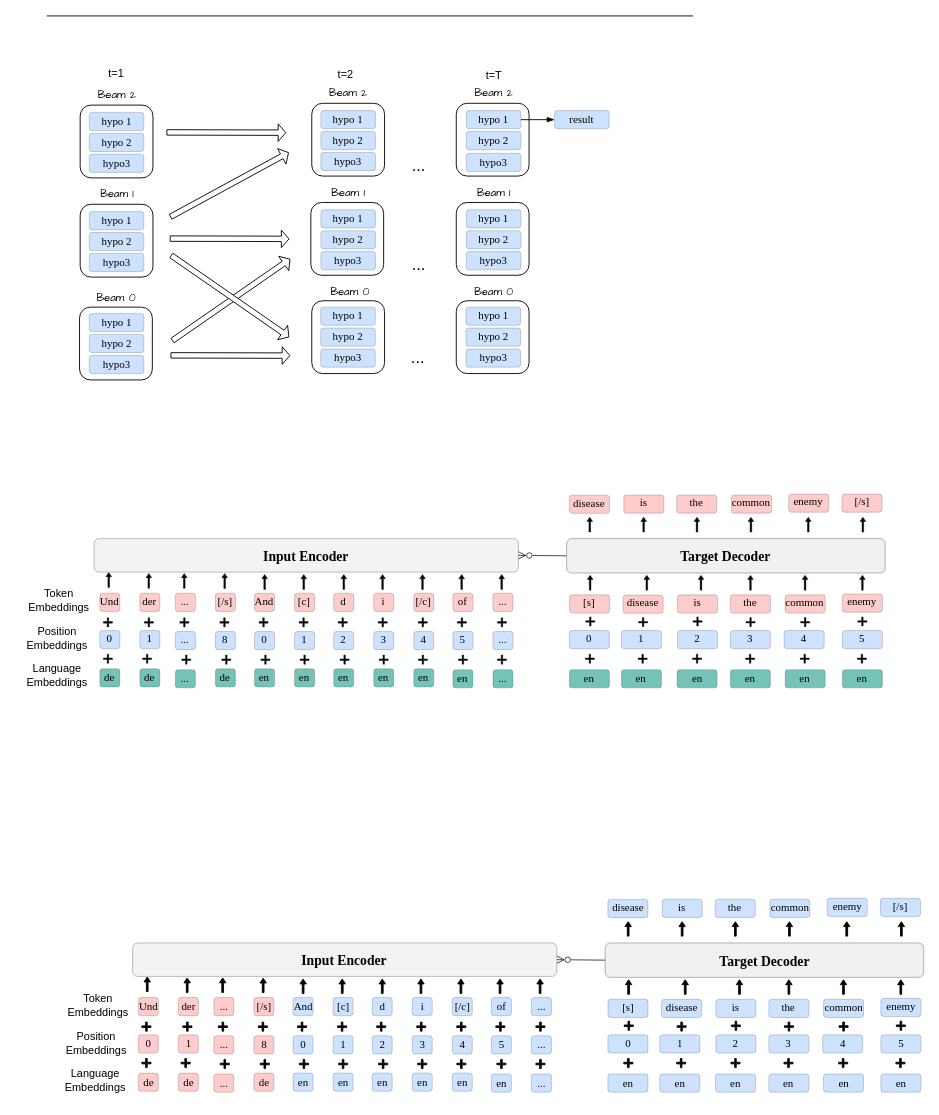
Earlier version of the draw.io diagram hard_constrained.drawio (yc1999/electra_pytorch). Source tidied: cells renumbered, new cells numbered last; positions are measured from the earlier drawing's top-left corner, leaving out a move shared by most shapes. Both pictures are drawn from the tidied source at 91%, with x=0, y=0 at pixel (15, 15).
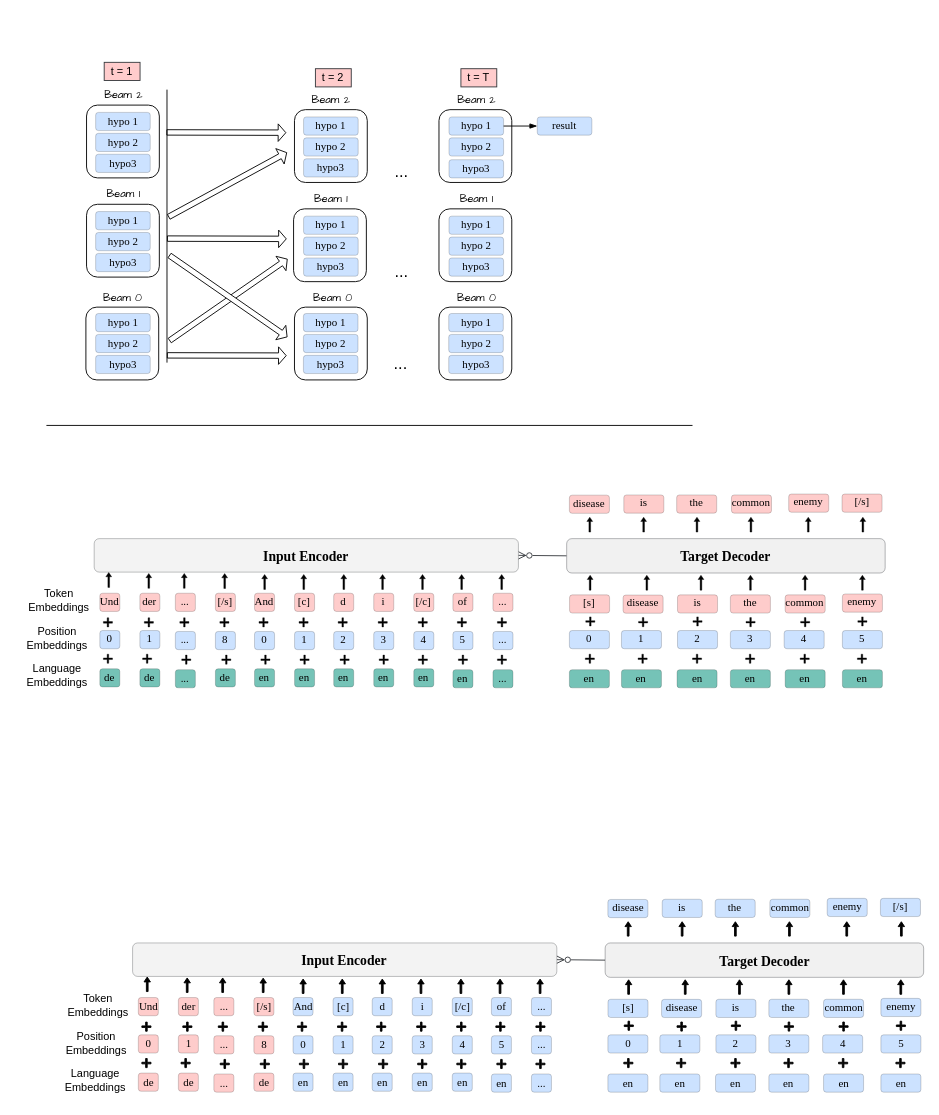
Above is the later version.

Diff of the diagram source:
```diff
@@
     <mxCell id="2" style="rounded=1;whiteSpace=wrap;html=1;" parent="1" vertex="1">
-      <mxGeometry x="69.9" y="320" width="80" height="80" as="geometry" />
+      <mxGeometry x="76.9" y="320" width="80" height="80" as="geometry" />
     </mxCell>
     <mxCell id="3" style="rounded=1;whiteSpace=wrap;html=1;" parent="1" vertex="1">
-      <mxGeometry x="70.6" y="207" width="80" height="80" as="geometry" />
+      <mxGeometry x="77.6" y="207" width="80" height="80" as="geometry" />
     </mxCell>
@@
     <mxCell id="244" value="&lt;span style=&quot;font-size: 12px;&quot;&gt;hypo 1&lt;/span&gt;" style="rounded=1;whiteSpace=wrap;html=1;fontFamily=Times New Roman;fontSize=2;strokeColor=#000000;rotation=0;fillColor=#CCE2FF;strokeWidth=0.2;" parent="1" vertex="1">
-      <mxGeometry x="80.6" y="215" width="60" height="20" as="geometry" />
+      <mxGeometry x="87.6" y="215" width="60" height="20" as="geometry" />
     </mxCell>
     <mxCell id="245" value="&lt;span style=&quot;font-size: 12px;&quot;&gt;hypo 2&lt;/span&gt;" style="rounded=1;whiteSpace=wrap;html=1;fontFamily=Times New Roman;fontSize=2;strokeColor=#000000;rotation=0;fillColor=#CCE2FF;strokeWidth=0.2;" parent="1" vertex="1">
-      <mxGeometry x="80.6" y="238" width="60" height="20" as="geometry" />
+      <mxGeometry x="87.6" y="238" width="60" height="20" as="geometry" />
     </mxCell>
     <mxCell id="246" value="&lt;span style=&quot;font-size: 12px;&quot;&gt;hypo3&lt;/span&gt;" style="rounded=1;whiteSpace=wrap;html=1;fontFamily=Times New Roman;fontSize=2;strokeColor=#000000;rotation=0;fillColor=#CCE2FF;strokeWidth=0.2;" parent="1" vertex="1">
-      <mxGeometry x="80.6" y="261" width="60" height="20" as="geometry" />
+      <mxGeometry x="87.6" y="261" width="60" height="20" as="geometry" />
     </mxCell>
     <mxCell id="247" value="&lt;span style=&quot;font-size: 12px;&quot;&gt;hypo 1&lt;/span&gt;" style="rounded=1;whiteSpace=wrap;html=1;fontFamily=Times New Roman;fontSize=2;strokeColor=#000000;rotation=0;fillColor=#CCE2FF;strokeWidth=0.2;" parent="1" vertex="1">
-      <mxGeometry x="80.6" y="327" width="60" height="20" as="geometry" />
+      <mxGeometry x="87.6" y="327" width="60" height="20" as="geometry" />
     </mxCell>
     <mxCell id="248" value="&lt;span style=&quot;font-size: 12px;&quot;&gt;hypo 2&lt;/span&gt;" style="rounded=1;whiteSpace=wrap;html=1;fontFamily=Times New Roman;fontSize=2;strokeColor=#000000;rotation=0;fillColor=#CCE2FF;strokeWidth=0.2;" parent="1" vertex="1">
-      <mxGeometry x="80.6" y="350" width="60" height="20" as="geometry" />
+      <mxGeometry x="87.6" y="350" width="60" height="20" as="geometry" />
     </mxCell>
     <mxCell id="249" value="&lt;span style=&quot;font-size: 12px;&quot;&gt;hypo3&lt;/span&gt;" style="rounded=1;whiteSpace=wrap;html=1;fontFamily=Times New Roman;fontSize=2;strokeColor=#000000;rotation=0;fillColor=#CCE2FF;strokeWidth=0.2;" parent="1" vertex="1">
-      <mxGeometry x="80.6" y="373" width="60" height="20" as="geometry" />
+      <mxGeometry x="87.6" y="373" width="60" height="20" as="geometry" />
     </mxCell>
     <mxCell id="250" value="Beam 0" style="text;html=1;align=center;verticalAlign=middle;strokeColor=none;fillColor=none;fontFamily=Comic Sans MS;sketch=1;curveFitting=1;jiggle=2;" parent="1" vertex="1">
-      <mxGeometry x="79.6" y="296" width="60" height="30" as="geometry" />
+      <mxGeometry x="86.6" y="296" width="60" height="30" as="geometry" />
     </mxCell>
     <mxCell id="251" value="Beam 1" style="text;html=1;align=center;verticalAlign=middle;strokeColor=none;fillColor=none;labelBackgroundColor=none;labelBorderColor=none;fontFamily=Comic Sans MS;" parent="1" vertex="1">
-      <mxGeometry x="80.6" y="182" width="60" height="30" as="geometry" />
+      <mxGeometry x="87.6" y="182" width="60" height="30" as="geometry" />
     </mxCell>
     <mxCell id="252" style="shape=flexArrow;endArrow=classic;html=1;rounded=0;width=5.964912280701754;endSize=2.4736842105263155;endWidth=12.29301323484149;" parent="1" edge="1">
       <mxGeometry relative="1" as="geometry">
-        <mxPoint x="169" y="244.7" as="sourcePoint" />
-        <mxPoint x="300.6" y="245" as="targetPoint" />
+        <mxPoint x="166" y="244.7" as="sourcePoint" />
+        <mxPoint x="297.6" y="245" as="targetPoint" />
       </mxGeometry>
     </mxCell>
     <mxCell id="253" style="shape=flexArrow;endArrow=classic;html=1;rounded=0;width=5.964912280701754;endSize=2.4736842105263155;endWidth=12.29301323484149;" parent="1" edge="1">
       <mxGeometry relative="1" as="geometry">
-        <mxPoint x="171.6" y="357" as="sourcePoint" />
-        <mxPoint x="301.6" y="267" as="targetPoint" />
+        <mxPoint x="168.6" y="357" as="sourcePoint" />
+        <mxPoint x="298.6" y="267" as="targetPoint" />
       </mxGeometry>
     </mxCell>
     <mxCell id="254" style="shape=flexArrow;endArrow=classic;html=1;rounded=0;width=5.964912280701754;endSize=2.4736842105263155;endWidth=12.29301323484149;fillColor=#FFFFFF;" parent="1" edge="1">
       <mxGeometry relative="1" as="geometry">
-        <mxPoint x="170.4" y="263" as="sourcePoint" />
-        <mxPoint x="300.4" y="353" as="targetPoint" />
+        <mxPoint x="168.4" y="263" as="sourcePoint" />
+        <mxPoint x="298.4" y="353" as="targetPoint" />
       </mxGeometry>
     </mxCell>
     <mxCell id="255" style="shape=flexArrow;endArrow=classic;html=1;rounded=0;width=5.964912280701754;endSize=2.4736842105263155;endWidth=12.29301323484149;" parent="1" edge="1">
       <mxGeometry relative="1" as="geometry">
-        <mxPoint x="169.9" y="373" as="sourcePoint" />
-        <mxPoint x="301.5" y="373.3" as="targetPoint" />
+        <mxPoint x="165.9" y="373" as="sourcePoint" />
+        <mxPoint x="297.5" y="373.3" as="targetPoint" />
       </mxGeometry>
     </mxCell>
     <mxCell id="256" style="rounded=1;whiteSpace=wrap;html=1;" parent="1" vertex="1">
-      <mxGeometry x="324.1" y="205" width="80" height="80" as="geometry" />
+      <mxGeometry x="305.1" y="212" width="80" height="80" as="geometry" />
     </mxCell>
     <mxCell id="257" value="&lt;span style=&quot;font-size: 12px;&quot;&gt;hypo 1&lt;/span&gt;" style="rounded=1;whiteSpace=wrap;html=1;fontFamily=Times New Roman;fontSize=2;strokeColor=#000000;rotation=0;fillColor=#CCE2FF;strokeWidth=0.2;" parent="1" vertex="1">
-      <mxGeometry x="335.1" y="213" width="60" height="20" as="geometry" />
+      <mxGeometry x="316.1" y="220" width="60" height="20" as="geometry" />
     </mxCell>
     <mxCell id="258" value="&lt;span style=&quot;font-size: 12px;&quot;&gt;hypo 2&lt;/span&gt;" style="rounded=1;whiteSpace=wrap;html=1;fontFamily=Times New Roman;fontSize=2;strokeColor=#000000;rotation=0;fillColor=#CCE2FF;strokeWidth=0.2;" parent="1" vertex="1">
-      <mxGeometry x="335.1" y="236" width="60" height="20" as="geometry" />
+      <mxGeometry x="316.1" y="243" width="60" height="20" as="geometry" />
     </mxCell>
     <mxCell id="259" value="&lt;span style=&quot;font-size: 12px;&quot;&gt;hypo3&lt;/span&gt;" style="rounded=1;whiteSpace=wrap;html=1;fontFamily=Times New Roman;fontSize=2;strokeColor=#000000;rotation=0;fillColor=#CCE2FF;strokeWidth=0.2;" parent="1" vertex="1">
-      <mxGeometry x="335.1" y="259" width="60" height="20" as="geometry" />
+      <mxGeometry x="316.1" y="266" width="60" height="20" as="geometry" />
     </mxCell>
     <mxCell id="260" value="Beam 1" style="text;html=1;align=center;verticalAlign=middle;strokeColor=none;fillColor=none;labelBackgroundColor=none;labelBorderColor=none;fontFamily=Comic Sans MS;" parent="1" vertex="1">
-      <mxGeometry x="335.1" y="180" width="60" height="30" as="geometry" />
+      <mxGeometry x="316.1" y="187" width="60" height="30" as="geometry" />
     </mxCell>
     <mxCell id="261" style="rounded=1;whiteSpace=wrap;html=1;" parent="1" vertex="1">
-      <mxGeometry x="325.1" y="313" width="80" height="80" as="geometry" />
+      <mxGeometry x="306.1" y="320" width="80" height="80" as="geometry" />
     </mxCell>
     <mxCell id="262" value="&lt;span style=&quot;font-size: 12px;&quot;&gt;hypo 1&lt;/span&gt;" style="rounded=1;whiteSpace=wrap;html=1;fontFamily=Times New Roman;fontSize=2;strokeColor=#000000;rotation=0;fillColor=#CCE2FF;strokeWidth=0.2;" parent="1" vertex="1">
-      <mxGeometry x="334.9" y="320" width="60" height="20" as="geometry" />
+      <mxGeometry x="315.9" y="327" width="60" height="20" as="geometry" />
     </mxCell>
     <mxCell id="263" value="&lt;span style=&quot;font-size: 12px;&quot;&gt;hypo 2&lt;/span&gt;" style="rounded=1;whiteSpace=wrap;html=1;fontFamily=Times New Roman;fontSize=2;strokeColor=#000000;rotation=0;fillColor=#CCE2FF;strokeWidth=0.2;" parent="1" vertex="1">
-      <mxGeometry x="334.9" y="343" width="60" height="20" as="geometry" />
+      <mxGeometry x="315.9" y="350" width="60" height="20" as="geometry" />
     </mxCell>
     <mxCell id="264" value="&lt;span style=&quot;font-size: 12px;&quot;&gt;hypo3&lt;/span&gt;" style="rounded=1;whiteSpace=wrap;html=1;fontFamily=Times New Roman;fontSize=2;strokeColor=#000000;rotation=0;fillColor=#CCE2FF;strokeWidth=0.2;" parent="1" vertex="1">
-      <mxGeometry x="334.9" y="366" width="60" height="20" as="geometry" />
+      <mxGeometry x="315.9" y="373" width="60" height="20" as="geometry" />
     </mxCell>
     <mxCell id="265" value="&lt;font style=&quot;font-size: 18px;&quot;&gt;...&lt;/font&gt;" style="text;html=1;strokeColor=none;fillColor=none;align=center;verticalAlign=middle;whiteSpace=wrap;rounded=0;" parent="1" vertex="1">
-      <mxGeometry x="412.6" y="259" width="60" height="30" as="geometry" />
+      <mxGeometry x="393.6" y="266" width="60" height="30" as="geometry" />
     </mxCell>
     <mxCell id="266" value="&lt;font style=&quot;font-size: 18px;&quot;&gt;...&lt;/font&gt;" style="text;html=1;strokeColor=none;fillColor=none;align=center;verticalAlign=middle;whiteSpace=wrap;rounded=0;" parent="1" vertex="1">
-      <mxGeometry x="411.9" y="361" width="60" height="30" as="geometry" />
+      <mxGeometry x="392.9" y="368" width="60" height="30" as="geometry" />
     </mxCell>
     <mxCell id="267" style="rounded=1;whiteSpace=wrap;html=1;" parent="1" vertex="1">
-      <mxGeometry x="483.9" y="205" width="80" height="80" as="geometry" />
+      <mxGeometry x="464.9" y="212" width="80" height="80" as="geometry" />
     </mxCell>
     <mxCell id="268" value="&lt;span style=&quot;font-size: 12px;&quot;&gt;hypo 1&lt;/span&gt;" style="rounded=1;whiteSpace=wrap;html=1;fontFamily=Times New Roman;fontSize=2;strokeColor=#000000;rotation=0;fillColor=#CCE2FF;strokeWidth=0.2;" parent="1" vertex="1">
-      <mxGeometry x="494.9" y="213" width="60" height="20" as="geometry" />
+      <mxGeometry x="475.9" y="220" width="60" height="20" as="geometry" />
     </mxCell>
     <mxCell id="269" value="&lt;span style=&quot;font-size: 12px;&quot;&gt;hypo 2&lt;/span&gt;" style="rounded=1;whiteSpace=wrap;html=1;fontFamily=Times New Roman;fontSize=2;strokeColor=#000000;rotation=0;fillColor=#CCE2FF;strokeWidth=0.2;" parent="1" vertex="1">
-      <mxGeometry x="494.9" y="236" width="60" height="20" as="geometry" />
+      <mxGeometry x="475.9" y="243" width="60" height="20" as="geometry" />
     </mxCell>
     <mxCell id="270" value="&lt;span style=&quot;font-size: 12px;&quot;&gt;hypo3&lt;/span&gt;" style="rounded=1;whiteSpace=wrap;html=1;fontFamily=Times New Roman;fontSize=2;strokeColor=#000000;rotation=0;fillColor=#CCE2FF;strokeWidth=0.2;" parent="1" vertex="1">
-      <mxGeometry x="494.9" y="259" width="60" height="20" as="geometry" />
+      <mxGeometry x="475.9" y="266" width="60" height="20" as="geometry" />
     </mxCell>
     <mxCell id="271" value="Beam 1" style="text;html=1;align=center;verticalAlign=middle;strokeColor=none;fillColor=none;labelBackgroundColor=none;labelBorderColor=none;fontFamily=Comic Sans MS;" parent="1" vertex="1">
-      <mxGeometry x="494.9" y="180" width="60" height="30" as="geometry" />
+      <mxGeometry x="475.9" y="187" width="60" height="30" as="geometry" />
     </mxCell>
     <mxCell id="272" style="rounded=1;whiteSpace=wrap;html=1;" parent="1" vertex="1">
-      <mxGeometry x="483.9" y="313" width="80" height="80" as="geometry" />
+      <mxGeometry x="464.9" y="320" width="80" height="80" as="geometry" />
     </mxCell>
     <mxCell id="273" value="&lt;span style=&quot;font-size: 12px;&quot;&gt;hypo 1&lt;/span&gt;" style="rounded=1;whiteSpace=wrap;html=1;fontFamily=Times New Roman;fontSize=2;strokeColor=#000000;rotation=0;fillColor=#CCE2FF;strokeWidth=0.2;" parent="1" vertex="1">
-      <mxGeometry x="494.6" y="320" width="60" height="20" as="geometry" />
+      <mxGeometry x="475.6" y="327" width="60" height="20" as="geometry" />
     </mxCell>
     <mxCell id="274" value="&lt;span style=&quot;font-size: 12px;&quot;&gt;hypo 2&lt;/span&gt;" style="rounded=1;whiteSpace=wrap;html=1;fontFamily=Times New Roman;fontSize=2;strokeColor=#000000;rotation=0;fillColor=#CCE2FF;strokeWidth=0.2;" parent="1" vertex="1">
-      <mxGeometry x="494.6" y="343" width="60" height="20" as="geometry" />
+      <mxGeometry x="475.6" y="350" width="60" height="20" as="geometry" />
     </mxCell>
     <mxCell id="275" value="&lt;span style=&quot;font-size: 12px;&quot;&gt;hypo3&lt;/span&gt;" style="rounded=1;whiteSpace=wrap;html=1;fontFamily=Times New Roman;fontSize=2;strokeColor=#000000;rotation=0;fillColor=#CCE2FF;strokeWidth=0.2;" parent="1" vertex="1">
-      <mxGeometry x="494.6" y="366" width="60" height="20" as="geometry" />
+      <mxGeometry x="475.6" y="373" width="60" height="20" as="geometry" />
     </mxCell>
-    <mxCell id="276" value="t=1" style="text;html=1;align=center;verticalAlign=middle;strokeColor=none;fillColor=none;" parent="1" vertex="1">
-      <mxGeometry x="90.2" y="49" width="40" height="30" as="geometry" />
-    </mxCell>
-    <mxCell id="277" value="t=2" style="text;html=1;align=center;verticalAlign=middle;strokeColor=none;fillColor=none;" parent="1" vertex="1">
-      <mxGeometry x="342.2" y="50" width="40" height="30" as="geometry" />
-    </mxCell>
-    <mxCell id="278" value="t=T" style="text;html=1;align=center;verticalAlign=middle;strokeColor=none;fillColor=none;" parent="1" vertex="1">
-      <mxGeometry x="505.4" y="51" width="40" height="30" as="geometry" />
-    </mxCell>
     <mxCell id="279" value="Beam 0" style="text;html=1;align=center;verticalAlign=middle;strokeColor=none;fillColor=none;fontFamily=Comic Sans MS;sketch=1;curveFitting=1;jiggle=2;" parent="1" vertex="1">
-      <mxGeometry x="336.6" y="289" width="60" height="30" as="geometry" />
+      <mxGeometry x="317.6" y="296" width="60" height="30" as="geometry" />
     </mxCell>
     <mxCell id="280" value="Beam 0" style="text;html=1;align=center;verticalAlign=middle;strokeColor=none;fillColor=none;fontFamily=Comic Sans MS;sketch=1;curveFitting=1;jiggle=2;" parent="1" vertex="1">
-      <mxGeometry x="494.6" y="289" width="60" height="30" as="geometry" />
+      <mxGeometry x="475.6" y="296" width="60" height="30" as="geometry" />
     </mxCell>
     <mxCell id="281" style="rounded=1;whiteSpace=wrap;html=1;" parent="1" vertex="1">
-      <mxGeometry x="70.6" y="98" width="80" height="80" as="geometry" />
+      <mxGeometry x="77.6" y="98" width="80" height="80" as="geometry" />
     </mxCell>
     <mxCell id="282" value="&lt;span style=&quot;font-size: 12px;&quot;&gt;hypo 1&lt;/span&gt;" style="rounded=1;whiteSpace=wrap;html=1;fontFamily=Times New Roman;fontSize=2;strokeColor=#000000;rotation=0;fillColor=#CCE2FF;strokeWidth=0.2;" parent="1" vertex="1">
-      <mxGeometry x="80.6" y="106" width="60" height="20" as="geometry" />
+      <mxGeometry x="87.6" y="106" width="60" height="20" as="geometry" />
     </mxCell>
     <mxCell id="283" value="&lt;span style=&quot;font-size: 12px;&quot;&gt;hypo 2&lt;/span&gt;" style="rounded=1;whiteSpace=wrap;html=1;fontFamily=Times New Roman;fontSize=2;strokeColor=#000000;rotation=0;fillColor=#CCE2FF;strokeWidth=0.2;" parent="1" vertex="1">
-      <mxGeometry x="80.6" y="129" width="60" height="20" as="geometry" />
+      <mxGeometry x="87.6" y="129" width="60" height="20" as="geometry" />
     </mxCell>
     <mxCell id="284" value="&lt;span style=&quot;font-size: 12px;&quot;&gt;hypo3&lt;/span&gt;" style="rounded=1;whiteSpace=wrap;html=1;fontFamily=Times New Roman;fontSize=2;strokeColor=#000000;rotation=0;fillColor=#CCE2FF;strokeWidth=0.2;" parent="1" vertex="1">
-      <mxGeometry x="80.6" y="152" width="60" height="20" as="geometry" />
+      <mxGeometry x="87.6" y="152" width="60" height="20" as="geometry" />
     </mxCell>
     <mxCell id="285" value="Beam 2" style="text;html=1;align=center;verticalAlign=middle;strokeColor=none;fillColor=none;labelBackgroundColor=none;labelBorderColor=none;fontFamily=Comic Sans MS;" parent="1" vertex="1">
-      <mxGeometry x="80.6" y="73" width="60" height="30" as="geometry" />
+      <mxGeometry x="87.6" y="73" width="60" height="30" as="geometry" />
     </mxCell>
@@
     <mxCell id="287" style="rounded=1;whiteSpace=wrap;html=1;" parent="1" vertex="1">
-      <mxGeometry x="325.1" y="96" width="80" height="80" as="geometry" />
+      <mxGeometry x="306.1" y="103" width="80" height="80" as="geometry" />
     </mxCell>
     <mxCell id="288" value="&lt;span style=&quot;font-size: 12px;&quot;&gt;hypo 1&lt;/span&gt;" style="rounded=1;whiteSpace=wrap;html=1;fontFamily=Times New Roman;fontSize=2;strokeColor=#000000;rotation=0;fillColor=#CCE2FF;strokeWidth=0.2;" parent="1" vertex="1">
-      <mxGeometry x="335.1" y="104" width="60" height="20" as="geometry" />
+      <mxGeometry x="316.1" y="111" width="60" height="20" as="geometry" />
     </mxCell>
     <mxCell id="289" value="&lt;span style=&quot;font-size: 12px;&quot;&gt;hypo 2&lt;/span&gt;" style="rounded=1;whiteSpace=wrap;html=1;fontFamily=Times New Roman;fontSize=2;strokeColor=#000000;rotation=0;fillColor=#CCE2FF;strokeWidth=0.2;" parent="1" vertex="1">
-      <mxGeometry x="335.1" y="127" width="60" height="20" as="geometry" />
+      <mxGeometry x="316.1" y="134" width="60" height="20" as="geometry" />
     </mxCell>
     <mxCell id="290" value="&lt;span style=&quot;font-size: 12px;&quot;&gt;hypo3&lt;/span&gt;" style="rounded=1;whiteSpace=wrap;html=1;fontFamily=Times New Roman;fontSize=2;strokeColor=#000000;rotation=0;fillColor=#CCE2FF;strokeWidth=0.2;" parent="1" vertex="1">
-      <mxGeometry x="335.1" y="150" width="60" height="20" as="geometry" />
+      <mxGeometry x="316.1" y="157" width="60" height="20" as="geometry" />
     </mxCell>
     <mxCell id="291" value="Beam 2" style="text;html=1;align=center;verticalAlign=middle;strokeColor=none;fillColor=none;labelBackgroundColor=none;labelBorderColor=none;fontFamily=Comic Sans MS;" parent="1" vertex="1">
-      <mxGeometry x="335.1" y="71" width="60" height="30" as="geometry" />
+      <mxGeometry x="316.1" y="78" width="60" height="30" as="geometry" />
     </mxCell>
     <mxCell id="292" value="&lt;font style=&quot;font-size: 18px;&quot;&gt;...&lt;/font&gt;" style="text;html=1;strokeColor=none;fillColor=none;align=center;verticalAlign=middle;whiteSpace=wrap;rounded=0;" parent="1" vertex="1">
-      <mxGeometry x="412.6" y="150" width="60" height="30" as="geometry" />
+      <mxGeometry x="393.6" y="157" width="60" height="30" as="geometry" />
     </mxCell>
     <mxCell id="293" style="rounded=1;whiteSpace=wrap;html=1;" parent="1" vertex="1">
-      <mxGeometry x="483.9" y="96" width="80" height="80" as="geometry" />
+      <mxGeometry x="464.9" y="103" width="80" height="80" as="geometry" />
     </mxCell>
     <mxCell id="294" value="&lt;span style=&quot;font-size: 12px;&quot;&gt;hypo 1&lt;/span&gt;" style="rounded=1;whiteSpace=wrap;html=1;fontFamily=Times New Roman;fontSize=2;strokeColor=#000000;rotation=0;fillColor=#CCE2FF;strokeWidth=0.2;" parent="1" vertex="1">
-      <mxGeometry x="494.9" y="104" width="60" height="20" as="geometry" />
+      <mxGeometry x="475.9" y="111" width="60" height="20" as="geometry" />
     </mxCell>
     <mxCell id="295" value="&lt;span style=&quot;font-size: 12px;&quot;&gt;hypo 2&lt;/span&gt;" style="rounded=1;whiteSpace=wrap;html=1;fontFamily=Times New Roman;fontSize=2;strokeColor=#000000;rotation=0;fillColor=#CCE2FF;strokeWidth=0.2;" parent="1" vertex="1">
-      <mxGeometry x="494.9" y="127" width="60" height="20" as="geometry" />
+      <mxGeometry x="475.9" y="134" width="60" height="20" as="geometry" />
     </mxCell>
     <mxCell id="296" value="&lt;span style=&quot;font-size: 12px;&quot;&gt;hypo3&lt;/span&gt;" style="rounded=1;whiteSpace=wrap;html=1;fontFamily=Times New Roman;fontSize=2;strokeColor=#000000;rotation=0;fillColor=#CCE2FF;strokeWidth=0.2;" parent="1" vertex="1">
-      <mxGeometry x="494.9" y="151" width="60" height="20" as="geometry" />
+      <mxGeometry x="475.9" y="158" width="60" height="20" as="geometry" />
     </mxCell>
     <mxCell id="297" value="Beam 2" style="text;html=1;align=center;verticalAlign=middle;strokeColor=none;fillColor=none;labelBackgroundColor=none;labelBorderColor=none;fontFamily=Comic Sans MS;" parent="1" vertex="1">
-      <mxGeometry x="494.9" y="71" width="60" height="30" as="geometry" />
+      <mxGeometry x="475.9" y="78" width="60" height="30" as="geometry" />
     </mxCell>
@@
     <mxCell id="299" value="&lt;span style=&quot;font-size: 12px;&quot;&gt;result&lt;/span&gt;" style="rounded=1;whiteSpace=wrap;html=1;fontFamily=Times New Roman;fontSize=2;strokeColor=#000000;rotation=0;fillColor=#CCE2FF;strokeWidth=0.2;" parent="1" vertex="1">
-      <mxGeometry x="591.9" y="104" width="60" height="20" as="geometry" />
+      <mxGeometry x="572.9" y="111" width="60" height="20" as="geometry" />
     </mxCell>
     <mxCell id="300" style="shape=flexArrow;endArrow=classic;html=1;rounded=0;width=5.964912280701754;endSize=2.4736842105263155;endWidth=12.29301323484149;fillColor=#FFFFFF;exitX=-0.002;exitY=0.067;exitDx=0;exitDy=0;exitPerimeter=0;" parent="1" edge="1">
       <mxGeometry relative="1" as="geometry">
-        <mxPoint x="169.5" y="221" as="sourcePoint" />
-        <mxPoint x="300" y="150" as="targetPoint" />
+        <mxPoint x="167.5" y="221" as="sourcePoint" />
+        <mxPoint x="298" y="150" as="targetPoint" />
       </mxGeometry>
     </mxCell>
     <mxCell id="301" style="endArrow=none;html=1;rounded=0;" parent="1" edge="1">
       <mxGeometry relative="1" as="geometry">
-        <mxPoint x="34" as="sourcePoint" />
-        <mxPoint x="744" as="targetPoint" />
+        <mxPoint x="33.5" y="450" as="sourcePoint" />
+        <mxPoint x="743.5" y="450" as="targetPoint" />
       </mxGeometry>
     </mxCell>
+    <mxCell id="302" value="t = 1" style="rounded=0;whiteSpace=wrap;html=1;shadow=0;glass=0;fillColor=#ffcccc;strokeColor=#36393d;fillStyle=auto;" parent="1" vertex="1">
+      <mxGeometry x="97" y="51" width="39.4" height="20" as="geometry" />
+    </mxCell>
+    <mxCell id="303" value="t = 2" style="rounded=0;whiteSpace=wrap;html=1;shadow=0;glass=0;fillColor=#ffcccc;strokeColor=#36393d;fillStyle=auto;" parent="1" vertex="1">
+      <mxGeometry x="329.1" y="58" width="39.4" height="20" as="geometry" />
+    </mxCell>
+    <mxCell id="304" value="t = T" style="rounded=0;whiteSpace=wrap;html=1;shadow=0;glass=0;fillColor=#ffcccc;strokeColor=#36393d;fillStyle=auto;" parent="1" vertex="1">
+      <mxGeometry x="489" y="58" width="39.4" height="20" as="geometry" />
+    </mxCell>
+    <mxCell id="305" style="endArrow=none;html=1;rounded=0;" parent="1" edge="1">
+      <mxGeometry relative="1" as="geometry">
+        <mxPoint x="166" y="381" as="sourcePoint" />
+        <mxPoint x="166" y="81" as="targetPoint" />
+      </mxGeometry>
+    </mxCell>
```
